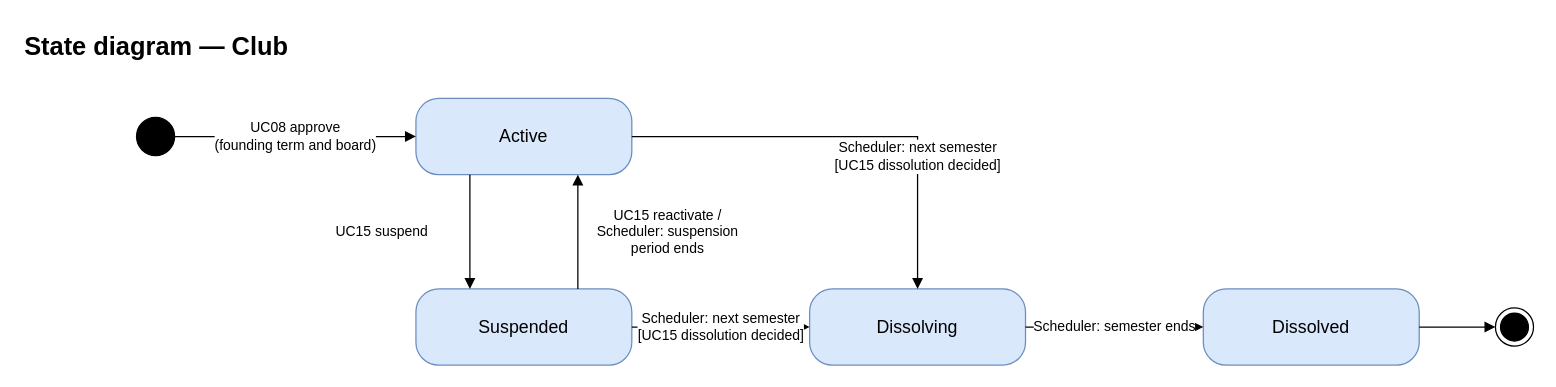
Before: page "Club" (2 of 9) of docs/03-diagrams/UCMS_State_Diagrams.drawio in nvdekay/ClubManagementSystem, a draw.io diagram. Source tidied: cells renumbered, new cells numbered last; positions are measured from the earlier drawing's top-left corner, leaving out a move shared by most shapes. Both pictures are drawn from the tidied source at 127%, with x=0, y=0 at pixel (22, 22).
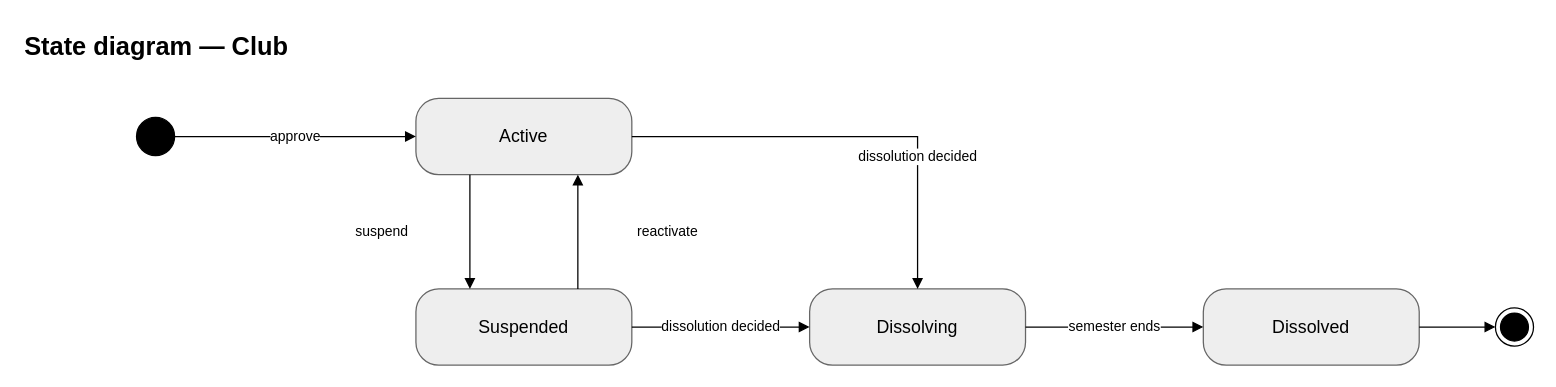
After the change.

Diff of the diagram source:
```diff
@@
 <mxGraphModel background="#ffffff">
   <root>
     <mxCell id="0" />
     <mxCell id="1" parent="0" />
     <mxCell id="2" value="State diagram — Club" style="text;html=1;fontSize=20;fontStyle=1;" parent="1" vertex="1">
       <mxGeometry width="600" height="30" as="geometry" />
     </mxCell>
-    <mxCell id="3" value="Active" style="rounded=1;arcSize=30;whiteSpace=wrap;html=1;fillColor=#dae8fc;strokeColor=#6c8ebf;fontSize=14;" parent="1" vertex="1">
+    <mxCell id="3" value="Active" style="rounded=1;arcSize=30;whiteSpace=wrap;html=1;fillColor=#eeeeee;strokeColor=#666666;fontSize=14;" parent="1" vertex="1">
       <mxGeometry x="310" y="60" width="170" height="60" as="geometry" />
     </mxCell>
-    <mxCell id="4" value="Suspended" style="rounded=1;arcSize=30;whiteSpace=wrap;html=1;fillColor=#dae8fc;strokeColor=#6c8ebf;fontSize=14;" parent="1" vertex="1">
+    <mxCell id="4" value="Suspended" style="rounded=1;arcSize=30;whiteSpace=wrap;html=1;fillColor=#eeeeee;strokeColor=#666666;fontSize=14;" parent="1" vertex="1">
       <mxGeometry x="310" y="210" width="170" height="60" as="geometry" />
     </mxCell>
-    <mxCell id="5" value="Dissolving" style="rounded=1;arcSize=30;whiteSpace=wrap;html=1;fillColor=#dae8fc;strokeColor=#6c8ebf;fontSize=14;" parent="1" vertex="1">
+    <mxCell id="5" value="Dissolving" style="rounded=1;arcSize=30;whiteSpace=wrap;html=1;fillColor=#eeeeee;strokeColor=#666666;fontSize=14;" parent="1" vertex="1">
       <mxGeometry x="620" y="210" width="170" height="60" as="geometry" />
     </mxCell>
-    <mxCell id="6" value="Dissolved" style="rounded=1;arcSize=30;whiteSpace=wrap;html=1;fillColor=#dae8fc;strokeColor=#6c8ebf;fontSize=14;" parent="1" vertex="1">
+    <mxCell id="6" value="Dissolved" style="rounded=1;arcSize=30;whiteSpace=wrap;html=1;fillColor=#eeeeee;strokeColor=#666666;fontSize=14;" parent="1" vertex="1">
       <mxGeometry x="930" y="210" width="170" height="60" as="geometry" />
     </mxCell>
     <mxCell id="7" style="ellipse;html=1;fillColor=#000000;strokeColor=#000000;" parent="1" vertex="1">
       <mxGeometry x="90" y="75" width="30" height="30" as="geometry" />
     </mxCell>
-    <mxCell id="8" value="UC08 approve&lt;br&gt;(founding term and board)" style="endArrow=block;endFill=1;html=1;rounded=0;fontSize=11;labelBackgroundColor=#ffffff;" parent="1" edge="1" source="7" target="3">
+    <mxCell id="8" value="approve" style="endArrow=block;endFill=1;html=1;rounded=0;fontSize=11;labelBackgroundColor=#ffffff;" parent="1" edge="1" source="7" target="3">
       <mxGeometry relative="1" as="geometry" />
     </mxCell>
     <mxCell id="9" style="ellipse;html=1;shape=endState;fillColor=#000000;strokeColor=#000000;" parent="1" vertex="1">
       <mxGeometry x="1160" y="225" width="30" height="30" as="geometry" />
     </mxCell>
     <mxCell id="10" style="endArrow=block;endFill=1;html=1;rounded=0;fontSize=11;labelBackgroundColor=#ffffff;" parent="1" edge="1" source="6" target="9">
       <mxGeometry relative="1" as="geometry" />
     </mxCell>
-    <mxCell id="11" value="UC15 suspend" style="endArrow=block;endFill=1;html=1;rounded=0;fontSize=11;labelBackgroundColor=#ffffff;exitX=0.25;exitY=1;entryX=0.25;entryY=0;" parent="1" edge="1" source="3" target="4">
+    <mxCell id="11" value="suspend" style="endArrow=block;endFill=1;html=1;rounded=0;fontSize=11;labelBackgroundColor=#ffffff;exitX=0.25;exitY=1;entryX=0.25;entryY=0;" parent="1" edge="1" source="3" target="4">
       <mxGeometry relative="1" as="geometry">
         <mxPoint x="-70" as="offset" />
       </mxGeometry>
     </mxCell>
-    <mxCell id="12" value="UC15 reactivate /&lt;br&gt;Scheduler: suspension&lt;br&gt;period ends" style="endArrow=block;endFill=1;html=1;rounded=0;fontSize=11;labelBackgroundColor=#ffffff;exitX=0.75;exitY=0;entryX=0.75;entryY=1;" parent="1" edge="1" source="4" target="3">
+    <mxCell id="12" value="reactivate" style="endArrow=block;endFill=1;html=1;rounded=0;fontSize=11;labelBackgroundColor=#ffffff;exitX=0.75;exitY=0;entryX=0.75;entryY=1;" parent="1" edge="1" source="4" target="3">
       <mxGeometry relative="1" as="geometry">
         <mxPoint x="70" as="offset" />
       </mxGeometry>
     </mxCell>
-    <mxCell id="13" value="Scheduler: next semester&lt;br&gt;[UC15 dissolution decided]" style="endArrow=block;endFill=1;html=1;rounded=0;fontSize=11;labelBackgroundColor=#ffffff;edgeStyle=orthogonalEdgeStyle;exitX=1;exitY=0.5;exitDx=0;exitDy=0;entryX=0.5;entryY=0;entryDx=0;entryDy=0;" parent="1" edge="1" source="3" target="5">
+    <mxCell id="13" value="dissolution decided" style="endArrow=block;endFill=1;html=1;rounded=0;fontSize=11;labelBackgroundColor=#ffffff;edgeStyle=orthogonalEdgeStyle;exitX=1;exitY=0.5;exitDx=0;exitDy=0;entryX=0.5;entryY=0;entryDx=0;entryDy=0;" parent="1" edge="1" source="3" target="5">
       <mxGeometry x="0.4" relative="1" as="geometry" />
     </mxCell>
-    <mxCell id="14" value="Scheduler: next semester&lt;br&gt;[UC15 dissolution decided]" style="endArrow=block;endFill=1;html=1;rounded=0;fontSize=11;labelBackgroundColor=#ffffff;" parent="1" edge="1" source="4" target="5">
+    <mxCell id="14" value="dissolution decided" style="endArrow=block;endFill=1;html=1;rounded=0;fontSize=11;labelBackgroundColor=#ffffff;" parent="1" edge="1" source="4" target="5">
       <mxGeometry relative="1" as="geometry" />
     </mxCell>
-    <mxCell id="15" value="Scheduler: semester ends" style="endArrow=block;endFill=1;html=1;rounded=0;fontSize=11;labelBackgroundColor=#ffffff;" parent="1" edge="1" source="5" target="6">
+    <mxCell id="15" value="semester ends" style="endArrow=block;endFill=1;html=1;rounded=0;fontSize=11;labelBackgroundColor=#ffffff;" parent="1" edge="1" source="5" target="6">
       <mxGeometry relative="1" as="geometry" />
     </mxCell>
   </root>
 </mxGraphModel>
```
